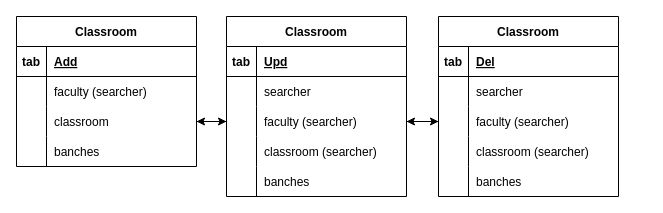
Before: page "Classroom" (5 of 6) of Rectory.drawio in miguelrang/InscripcionHorarioSIASE-UANL-SIMULACION-2.0, a draw.io diagram. Source tidied: cells renumbered, new cells numbered last; positions are measured from the earlier drawing's top-left corner, leaving out a move shared by most shapes. Both pictures are drawn from the tidied source at 100%, with x=0, y=0 at pixel (16, 16).
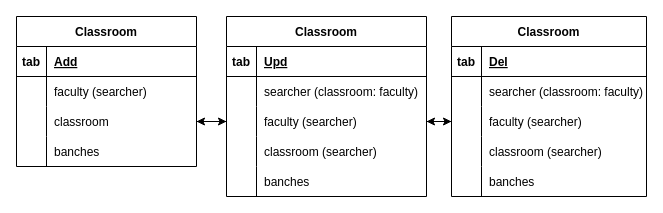
The same page after the edit.

Diff of the diagram source:
```diff
@@
     <mxCell id="15" value="Classroom" style="shape=table;startSize=30;childLayout=tableLayout;rowLines=0;fontStyle=1;align=center;" parent="1" vertex="1">
-      <mxGeometry x="210" width="180" height="180" as="geometry" />
+      <mxGeometry x="210" width="200" height="180" as="geometry" />
     </mxCell>
     <mxCell id="16" style="shape=tableRow;horizontal=0;startSize=0;swimlaneHead=0;swimlaneBody=0;fillColor=none;top=0;left=0;right=0;bottom=1;" parent="15" vertex="1">
-      <mxGeometry y="30" width="180" height="30" as="geometry" />
+      <mxGeometry y="30" width="200" height="30" as="geometry" />
     </mxCell>
@@
     <mxCell id="18" value="Upd" style="shape=partialRectangle;fillColor=none;top=0;left=0;bottom=0;right=0;align=left;spacingLeft=6;fontStyle=5;overflow=hidden;" parent="16" vertex="1">
-      <mxGeometry x="30" width="150" height="30" as="geometry" />
+      <mxGeometry x="30" width="170" height="30" as="geometry" />
     </mxCell>
     <mxCell id="19" style="shape=tableRow;horizontal=0;startSize=0;swimlaneHead=0;swimlaneBody=0;fillColor=none;top=0;left=0;right=0;bottom=0;" parent="15" vertex="1">
-      <mxGeometry y="60" width="180" height="30" as="geometry" />
+      <mxGeometry y="60" width="200" height="30" as="geometry" />
     </mxCell>
@@
-    <mxCell id="21" value="searcher" style="shape=partialRectangle;fillColor=none;top=0;left=0;bottom=0;right=0;align=left;spacingLeft=6;overflow=hidden;" parent="19" vertex="1">
-      <mxGeometry x="30" width="150" height="30" as="geometry" />
+    <mxCell id="21" value="searcher (classroom: faculty)" style="shape=partialRectangle;fillColor=none;top=0;left=0;bottom=0;right=0;align=left;spacingLeft=6;overflow=hidden;" parent="19" vertex="1">
+      <mxGeometry x="30" width="170" height="30" as="geometry" />
     </mxCell>
     <mxCell id="22" style="shape=tableRow;horizontal=0;startSize=0;swimlaneHead=0;swimlaneBody=0;fillColor=none;points=[[0,0.5],[1,0.5]];portConstraint=eastwest;top=0;left=0;right=0;bottom=0;" parent="15" vertex="1">
-      <mxGeometry y="90" width="180" height="30" as="geometry" />
+      <mxGeometry y="90" width="200" height="30" as="geometry" />
     </mxCell>
@@
     <mxCell id="24" value="faculty (searcher)" style="shape=partialRectangle;fillColor=none;top=0;left=0;bottom=0;right=0;align=left;spacingLeft=6;overflow=hidden;" parent="22" vertex="1">
-      <mxGeometry x="30" width="150" height="30" as="geometry" />
+      <mxGeometry x="30" width="170" height="30" as="geometry" />
     </mxCell>
     <mxCell id="25" style="shape=tableRow;horizontal=0;startSize=0;swimlaneHead=0;swimlaneBody=0;fillColor=none;top=0;left=0;right=0;bottom=0;" parent="15" vertex="1">
-      <mxGeometry y="120" width="180" height="30" as="geometry" />
+      <mxGeometry y="120" width="200" height="30" as="geometry" />
     </mxCell>
@@
     <mxCell id="27" value="classroom (searcher)" style="shape=partialRectangle;fillColor=none;top=0;left=0;bottom=0;right=0;align=left;spacingLeft=6;overflow=hidden;" parent="25" vertex="1">
-      <mxGeometry x="30" width="150" height="30" as="geometry" />
+      <mxGeometry x="30" width="170" height="30" as="geometry" />
     </mxCell>
     <mxCell id="28" style="shape=tableRow;horizontal=0;startSize=0;swimlaneHead=0;swimlaneBody=0;fillColor=none;top=0;left=0;right=0;bottom=0;" parent="15" vertex="1">
-      <mxGeometry y="150" width="180" height="30" as="geometry" />
+      <mxGeometry y="150" width="200" height="30" as="geometry" />
     </mxCell>
@@
     <mxCell id="30" value="banches" style="shape=partialRectangle;fillColor=none;top=0;left=0;bottom=0;right=0;align=left;spacingLeft=6;overflow=hidden;" parent="28" vertex="1">
-      <mxGeometry x="30" width="150" height="30" as="geometry" />
+      <mxGeometry x="30" width="170" height="30" as="geometry" />
     </mxCell>
     <mxCell id="31" value="Classroom" style="shape=table;startSize=30;childLayout=tableLayout;rowLines=0;fontStyle=1;align=center;" parent="1" vertex="1">
-      <mxGeometry x="422" width="180" height="180" as="geometry" />
+      <mxGeometry x="435" width="195" height="180" as="geometry" />
     </mxCell>
     <mxCell id="32" style="shape=tableRow;horizontal=0;startSize=0;swimlaneHead=0;swimlaneBody=0;fillColor=none;top=0;left=0;right=0;bottom=1;" parent="31" vertex="1">
-      <mxGeometry y="30" width="180" height="30" as="geometry" />
+      <mxGeometry y="30" width="195" height="30" as="geometry" />
     </mxCell>
@@
     <mxCell id="34" value="Del" style="shape=partialRectangle;fillColor=none;top=0;left=0;bottom=0;right=0;align=left;spacingLeft=6;fontStyle=5;overflow=hidden;" parent="32" vertex="1">
-      <mxGeometry x="30" width="150" height="30" as="geometry" />
+      <mxGeometry x="30" width="165" height="30" as="geometry" />
     </mxCell>
     <mxCell id="35" style="shape=tableRow;horizontal=0;startSize=0;swimlaneHead=0;swimlaneBody=0;fillColor=none;top=0;left=0;right=0;bottom=0;" parent="31" vertex="1">
-      <mxGeometry y="60" width="180" height="30" as="geometry" />
+      <mxGeometry y="60" width="195" height="30" as="geometry" />
     </mxCell>
@@
-    <mxCell id="37" value="searcher" style="shape=partialRectangle;fillColor=none;top=0;left=0;bottom=0;right=0;align=left;spacingLeft=6;overflow=hidden;" parent="35" vertex="1">
-      <mxGeometry x="30" width="150" height="30" as="geometry" />
+    <mxCell id="37" value="searcher (classroom: faculty)" style="shape=partialRectangle;fillColor=none;top=0;left=0;bottom=0;right=0;align=left;spacingLeft=6;overflow=hidden;" parent="35" vertex="1">
+      <mxGeometry x="30" width="165" height="30" as="geometry" />
     </mxCell>
     <mxCell id="38" style="shape=tableRow;horizontal=0;startSize=0;swimlaneHead=0;swimlaneBody=0;fillColor=none;points=[[0,0.5],[1,0.5]];portConstraint=eastwest;top=0;left=0;right=0;bottom=0;" parent="31" vertex="1">
-      <mxGeometry y="90" width="180" height="30" as="geometry" />
+      <mxGeometry y="90" width="195" height="30" as="geometry" />
     </mxCell>
@@
     <mxCell id="40" value="faculty (searcher)" style="shape=partialRectangle;fillColor=none;top=0;left=0;bottom=0;right=0;align=left;spacingLeft=6;overflow=hidden;" parent="38" vertex="1">
-      <mxGeometry x="30" width="150" height="30" as="geometry" />
+      <mxGeometry x="30" width="165" height="30" as="geometry" />
     </mxCell>
     <mxCell id="41" style="shape=tableRow;horizontal=0;startSize=0;swimlaneHead=0;swimlaneBody=0;fillColor=none;top=0;left=0;right=0;bottom=0;" parent="31" vertex="1">
-      <mxGeometry y="120" width="180" height="30" as="geometry" />
+      <mxGeometry y="120" width="195" height="30" as="geometry" />
     </mxCell>
@@
     <mxCell id="43" value="classroom (searcher)" style="shape=partialRectangle;fillColor=none;top=0;left=0;bottom=0;right=0;align=left;spacingLeft=6;overflow=hidden;" parent="41" vertex="1">
-      <mxGeometry x="30" width="150" height="30" as="geometry" />
+      <mxGeometry x="30" width="165" height="30" as="geometry" />
     </mxCell>
     <mxCell id="44" style="shape=tableRow;horizontal=0;startSize=0;swimlaneHead=0;swimlaneBody=0;fillColor=none;top=0;left=0;right=0;bottom=0;" parent="31" vertex="1">
-      <mxGeometry y="150" width="180" height="30" as="geometry" />
+      <mxGeometry y="150" width="195" height="30" as="geometry" />
     </mxCell>
@@
     <mxCell id="46" value="banches" style="shape=partialRectangle;fillColor=none;top=0;left=0;bottom=0;right=0;align=left;spacingLeft=6;overflow=hidden;" parent="44" vertex="1">
-      <mxGeometry x="30" width="150" height="30" as="geometry" />
+      <mxGeometry x="30" width="165" height="30" as="geometry" />
     </mxCell>
@@
-    <mxCell id="48" style="edgeStyle=orthogonalEdgeStyle;rounded=0;orthogonalLoop=1;jettySize=auto;html=1;exitX=0;exitY=0.5;exitDx=0;exitDy=0;entryX=1;entryY=0.5;entryDx=0;entryDy=0;" parent="1" edge="1">
-      <mxGeometry relative="1" as="geometry">
-        <mxPoint x="422" y="105" as="sourcePoint" />
-        <mxPoint x="390" y="105" as="targetPoint" />
-      </mxGeometry>
-    </mxCell>
@@
+    <mxCell id="51" style="edgeStyle=orthogonalEdgeStyle;rounded=0;jettySize=auto;html=1;exitX=0;exitY=0.5;exitDx=0;exitDy=0;" parent="1" edge="1" source="38">
+      <mxGeometry relative="1" as="geometry">
+        <mxPoint x="410" y="105" as="targetPoint" />
+      </mxGeometry>
+    </mxCell>
```
